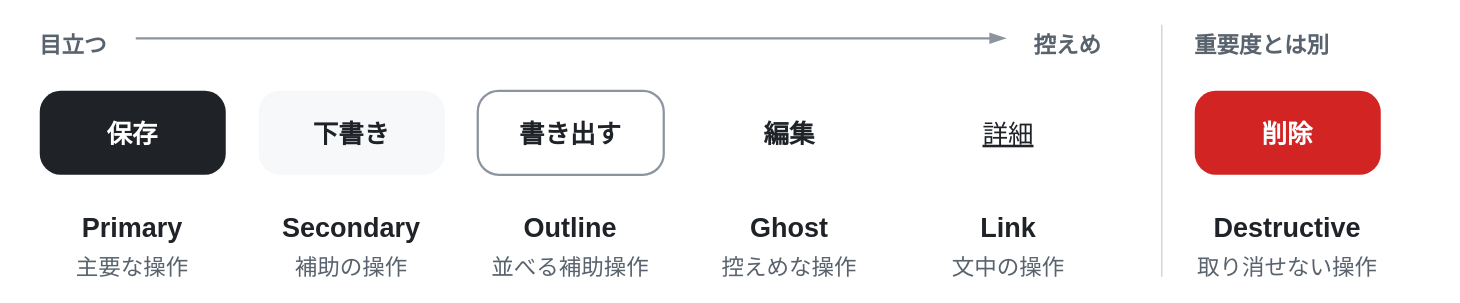
Above: docs/diagrams/button-hierarchy.drawio in ISSEI51/flow-design (draw.io), before the change. Source tidied: cells renumbered, new cells numbered last; positions are measured from the earlier drawing's top-left corner, leaving out a move shared by most shapes. Both pictures are drawn from the tidied source at 150%, with x=0, y=0 at pixel (24, 24).
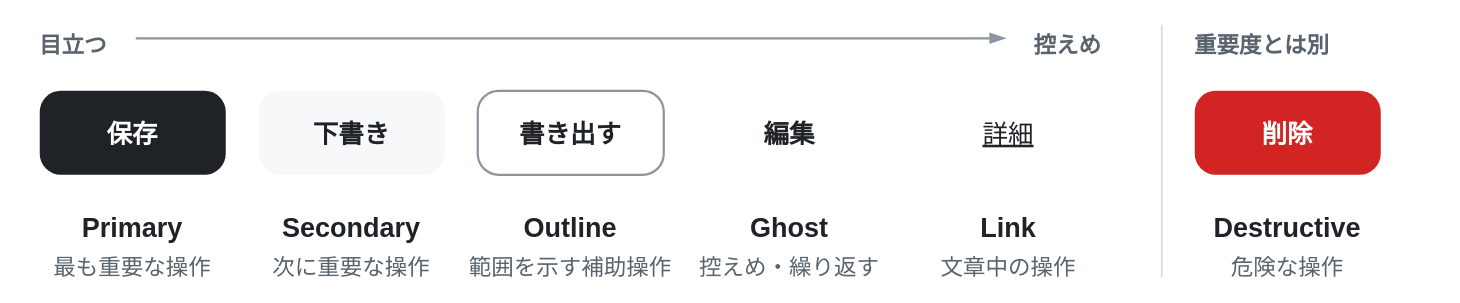
After the change.

Change to the diagram source:
```diff
@@
-    <mxCell id="8" value="主要な操作" style="text;html=0;whiteSpace=nowrap;align=center;verticalAlign=top;spacing=0;fontFamily=Helvetica;fontSize=15;fontColor=light-dark(#59636E,#9198A1);fontStyle=0;" parent="1" vertex="1">
+    <mxCell id="8" value="最も重要な操作" style="text;html=0;whiteSpace=nowrap;align=center;verticalAlign=top;spacing=0;fontFamily=Helvetica;fontSize=15;fontColor=light-dark(#59636E,#9198A1);fontStyle=0;" parent="1" vertex="1">
       <mxGeometry y="148" width="144" height="20" as="geometry" />
     </mxCell>
@@
-    <mxCell id="12" value="補助の操作" style="text;html=0;whiteSpace=nowrap;align=center;verticalAlign=top;spacing=0;fontFamily=Helvetica;fontSize=15;fontColor=light-dark(#59636E,#9198A1);fontStyle=0;" parent="1" vertex="1">
+    <mxCell id="12" value="次に重要な操作" style="text;html=0;whiteSpace=nowrap;align=center;verticalAlign=top;spacing=0;fontFamily=Helvetica;fontSize=15;fontColor=light-dark(#59636E,#9198A1);fontStyle=0;" parent="1" vertex="1">
       <mxGeometry x="146" y="148" width="144" height="20" as="geometry" />
     </mxCell>
@@
-    <mxCell id="16" value="並べる補助操作" style="text;html=0;whiteSpace=nowrap;align=center;verticalAlign=top;spacing=0;fontFamily=Helvetica;fontSize=15;fontColor=light-dark(#59636E,#9198A1);fontStyle=0;" parent="1" vertex="1">
+    <mxCell id="16" value="範囲を示す補助操作" style="text;html=0;whiteSpace=nowrap;align=center;verticalAlign=top;spacing=0;fontFamily=Helvetica;fontSize=15;fontColor=light-dark(#59636E,#9198A1);fontStyle=0;" parent="1" vertex="1">
       <mxGeometry x="292" y="148" width="144" height="20" as="geometry" />
     </mxCell>
@@
-    <mxCell id="19" value="控えめな操作" style="text;html=0;whiteSpace=nowrap;align=center;verticalAlign=top;spacing=0;fontFamily=Helvetica;fontSize=15;fontColor=light-dark(#59636E,#9198A1);fontStyle=0;" parent="1" vertex="1">
+    <mxCell id="19" value="控えめ・繰り返す" style="text;html=0;whiteSpace=nowrap;align=center;verticalAlign=top;spacing=0;fontFamily=Helvetica;fontSize=15;fontColor=light-dark(#59636E,#9198A1);fontStyle=0;" parent="1" vertex="1">
       <mxGeometry x="438" y="148" width="144" height="20" as="geometry" />
     </mxCell>
@@
-    <mxCell id="22" value="文中の操作" style="text;html=0;whiteSpace=nowrap;align=center;verticalAlign=top;spacing=0;fontFamily=Helvetica;fontSize=15;fontColor=light-dark(#59636E,#9198A1);fontStyle=0;" parent="1" vertex="1">
+    <mxCell id="22" value="文章中の操作" style="text;html=0;whiteSpace=nowrap;align=center;verticalAlign=top;spacing=0;fontFamily=Helvetica;fontSize=15;fontColor=light-dark(#59636E,#9198A1);fontStyle=0;" parent="1" vertex="1">
       <mxGeometry x="584" y="148" width="144" height="20" as="geometry" />
     </mxCell>
@@
-    <mxCell id="28" value="取り消せない操作" style="text;html=0;whiteSpace=nowrap;align=center;verticalAlign=top;spacing=0;fontFamily=Helvetica;fontSize=15;fontColor=light-dark(#59636E,#9198A1);fontStyle=0;" parent="1" vertex="1">
+    <mxCell id="28" value="危険な操作" style="text;html=0;whiteSpace=nowrap;align=center;verticalAlign=top;spacing=0;fontFamily=Helvetica;fontSize=15;fontColor=light-dark(#59636E,#9198A1);fontStyle=0;" parent="1" vertex="1">
       <mxGeometry x="760" y="148" width="164" height="20" as="geometry" />
     </mxCell>
```
